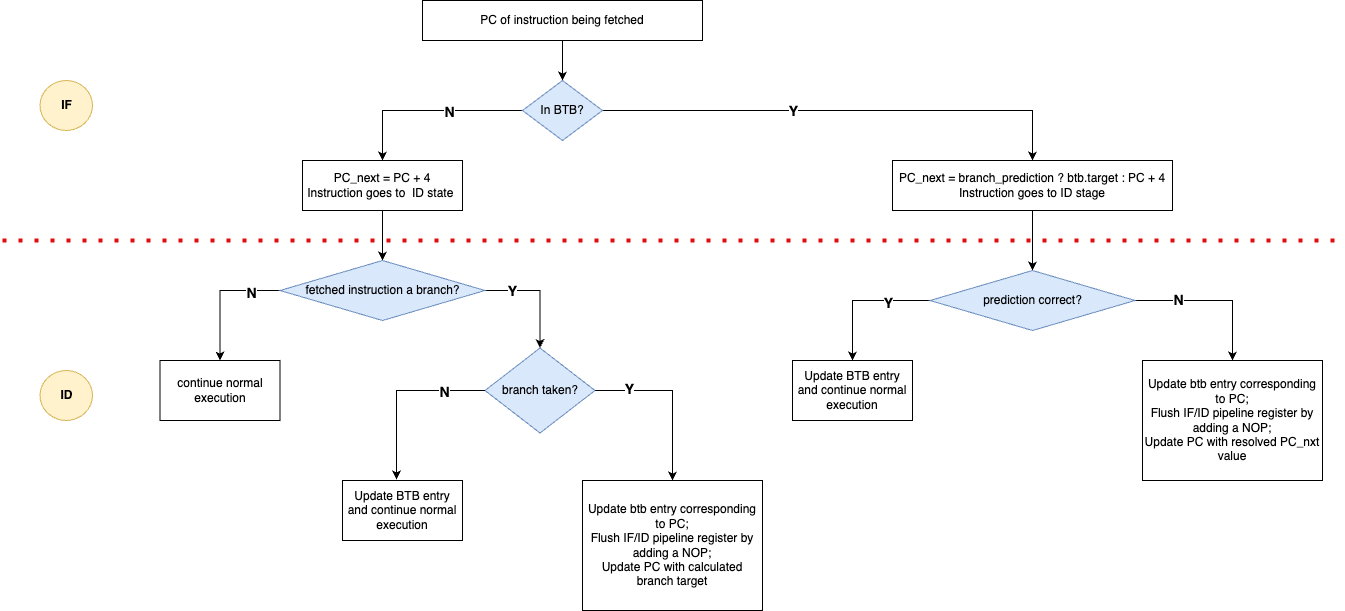
Above: btb_flow.png in vb-2002/RISC-V-Pipeline-Processor (draw.io), before the change. Source tidied: cells renumbered, new cells last; positions are measured from the earlier drawing's top-left corner, leaving out a move shared by most shapes. Source of this version:
```xml
<mxGraphModel>
  <root>
    <mxCell id="0" />
    <mxCell id="1" parent="0" />
    <mxCell id="2" style="edgeStyle=orthogonalEdgeStyle;rounded=0;jettySize=auto;html=1;entryX=0.5;entryY=0;entryDx=0;entryDy=0;" parent="1" edge="1" source="3" target="8">
      <mxGeometry relative="1" as="geometry" />
    </mxCell>
    <mxCell id="3" value="PC of instruction being fetched" style="rounded=0;whiteSpace=wrap;html=1;" parent="1" vertex="1">
      <mxGeometry x="420" width="280" height="40" as="geometry" />
    </mxCell>
    <mxCell id="4" style="edgeStyle=orthogonalEdgeStyle;rounded=0;jettySize=auto;html=1;exitX=0;exitY=0.5;exitDx=0;exitDy=0;entryX=0.5;entryY=0;entryDx=0;entryDy=0;" parent="1" edge="1" source="8" target="10">
      <mxGeometry relative="1" as="geometry" />
    </mxCell>
    <mxCell id="5" value="&lt;b&gt;&lt;font style=&quot;font-size: 14px;&quot;&gt;N&lt;/font&gt;&lt;/b&gt;" style="edgeLabel;html=1;align=center;verticalAlign=middle;" parent="4" vertex="1">
      <mxGeometry x="-0.22" y="1" relative="1" as="geometry" />
    </mxCell>
    <mxCell id="6" style="edgeStyle=orthogonalEdgeStyle;rounded=0;jettySize=auto;html=1;exitX=1;exitY=0.5;exitDx=0;exitDy=0;entryX=0.5;entryY=0;entryDx=0;entryDy=0;" parent="1" edge="1" source="8" target="12">
      <mxGeometry relative="1" as="geometry" />
    </mxCell>
    <mxCell id="7" value="&lt;font style=&quot;font-size: 14px;&quot;&gt;&lt;b&gt;Y&lt;/b&gt;&lt;/font&gt;" style="edgeLabel;html=1;align=center;verticalAlign=middle;" parent="6" vertex="1">
      <mxGeometry x="-0.18" y="2" relative="1" as="geometry">
        <mxPoint x="-7" y="2" as="offset" />
      </mxGeometry>
    </mxCell>
    <mxCell id="8" value="In BTB?" style="rhombus;whiteSpace=wrap;html=1;fillColor=#dae8fc;strokeColor=#6c8ebf;" parent="1" vertex="1">
      <mxGeometry x="520" y="80" width="80" height="60" as="geometry" />
    </mxCell>
    <mxCell id="9" style="edgeStyle=orthogonalEdgeStyle;rounded=0;jettySize=auto;html=1;" parent="1" edge="1" source="10" target="17">
      <mxGeometry relative="1" as="geometry" />
    </mxCell>
    <mxCell id="10" value="PC_next = PC + 4&lt;div&gt;Instruction goes to&amp;nbsp; ID state&amp;nbsp;&lt;/div&gt;" style="rounded=0;whiteSpace=wrap;html=1;" parent="1" vertex="1">
      <mxGeometry x="300" y="160" width="160" height="50" as="geometry" />
    </mxCell>
    <mxCell id="11" style="edgeStyle=orthogonalEdgeStyle;rounded=0;jettySize=auto;html=1;" parent="1" edge="1" source="12" target="22">
      <mxGeometry relative="1" as="geometry" />
    </mxCell>
    <mxCell id="12" value="PC_next = branch_prediction ? btb.target : PC + 4&lt;div&gt;Instruction goes to ID stage&lt;/div&gt;" style="rounded=0;whiteSpace=wrap;html=1;" parent="1" vertex="1">
      <mxGeometry x="890" y="160" width="280" height="50" as="geometry" />
    </mxCell>
    <mxCell id="13" style="edgeStyle=orthogonalEdgeStyle;rounded=0;jettySize=auto;html=1;exitX=1;exitY=0.5;exitDx=0;exitDy=0;entryX=0.5;entryY=0;entryDx=0;entryDy=0;" parent="1" edge="1" source="17" target="26">
      <mxGeometry relative="1" as="geometry" />
    </mxCell>
    <mxCell id="14" value="&lt;b&gt;&lt;font style=&quot;font-size: 14px;&quot;&gt;Y&lt;/font&gt;&lt;/b&gt;" style="edgeLabel;html=1;align=center;verticalAlign=middle;" parent="13" vertex="1">
      <mxGeometry x="-0.52" relative="1" as="geometry" />
    </mxCell>
    <mxCell id="15" style="edgeStyle=orthogonalEdgeStyle;rounded=0;jettySize=auto;html=1;exitX=0;exitY=0.5;exitDx=0;exitDy=0;" parent="1" edge="1" source="17" target="23">
      <mxGeometry relative="1" as="geometry" />
    </mxCell>
    <mxCell id="16" value="&lt;font style=&quot;font-size: 14px;&quot;&gt;&lt;b&gt;N&lt;/b&gt;&lt;/font&gt;" style="edgeLabel;html=1;align=center;verticalAlign=middle;" parent="15" vertex="1">
      <mxGeometry x="-0.54" y="2" relative="1" as="geometry">
        <mxPoint x="1" as="offset" />
      </mxGeometry>
    </mxCell>
    <mxCell id="17" value="fetched instruction a branch?" style="rhombus;whiteSpace=wrap;html=1;fillColor=#dae8fc;strokeColor=#6c8ebf;" parent="1" vertex="1">
      <mxGeometry x="277.5" y="260" width="205" height="60" as="geometry" />
    </mxCell>
    <mxCell id="18" style="edgeStyle=orthogonalEdgeStyle;rounded=0;jettySize=auto;html=1;exitX=0;exitY=0.5;exitDx=0;exitDy=0;entryX=0.5;entryY=0;entryDx=0;entryDy=0;" parent="1" edge="1" source="22" target="31">
      <mxGeometry relative="1" as="geometry" />
    </mxCell>
    <mxCell id="19" value="&lt;b&gt;&lt;font style=&quot;font-size: 14px;&quot;&gt;Y&lt;/font&gt;&lt;/b&gt;" style="edgeLabel;html=1;align=center;verticalAlign=middle;" parent="18" vertex="1">
      <mxGeometry x="-0.39" y="2" relative="1" as="geometry" />
    </mxCell>
    <mxCell id="20" style="edgeStyle=orthogonalEdgeStyle;rounded=0;jettySize=auto;html=1;exitX=1;exitY=0.5;exitDx=0;exitDy=0;entryX=0.5;entryY=0;entryDx=0;entryDy=0;" parent="1" edge="1" source="22" target="35">
      <mxGeometry relative="1" as="geometry" />
    </mxCell>
    <mxCell id="21" value="&lt;font style=&quot;font-size: 14px;&quot;&gt;&lt;b&gt;N&lt;/b&gt;&lt;/font&gt;" style="edgeLabel;html=1;align=center;verticalAlign=middle;" parent="20" vertex="1">
      <mxGeometry x="-0.45" y="1" relative="1" as="geometry" />
    </mxCell>
    <mxCell id="22" value="prediction correct?" style="rhombus;whiteSpace=wrap;html=1;fillColor=#dae8fc;strokeColor=#6c8ebf;" parent="1" vertex="1">
      <mxGeometry x="927.5" y="270" width="205" height="60" as="geometry" />
    </mxCell>
    <mxCell id="23" value="continue normal execution" style="rounded=0;whiteSpace=wrap;html=1;" parent="1" vertex="1">
      <mxGeometry x="157.5" y="360" width="120" height="60" as="geometry" />
    </mxCell>
    <mxCell id="24" style="edgeStyle=orthogonalEdgeStyle;rounded=0;jettySize=auto;html=1;exitX=1;exitY=0.5;exitDx=0;exitDy=0;entryX=0.5;entryY=0;entryDx=0;entryDy=0;" parent="1" edge="1" source="26" target="28">
      <mxGeometry relative="1" as="geometry" />
    </mxCell>
    <mxCell id="25" value="&lt;b&gt;&lt;font style=&quot;font-size: 14px;&quot;&gt;Y&lt;/font&gt;&lt;/b&gt;" style="edgeLabel;html=1;align=center;verticalAlign=middle;" parent="24" vertex="1">
      <mxGeometry x="-0.6" y="2" relative="1" as="geometry" />
    </mxCell>
    <mxCell id="26" value="branch taken?" style="rhombus;whiteSpace=wrap;html=1;fillColor=#dae8fc;strokeColor=#6c8ebf;" parent="1" vertex="1">
      <mxGeometry x="482.5" y="347.5" width="110" height="85" as="geometry" />
    </mxCell>
    <mxCell id="27" value="&lt;div&gt;Update BTB entry and&amp;nbsp;&lt;span style=&quot;background-color: transparent; color: light-dark(rgb(0, 0, 0), rgb(255, 255, 255));&quot;&gt;continue normal execution&lt;/span&gt;&lt;/div&gt;" style="rounded=0;whiteSpace=wrap;html=1;" parent="1" vertex="1">
      <mxGeometry x="340" y="480" width="120" height="60" as="geometry" />
    </mxCell>
    <mxCell id="28" value="&lt;div&gt;Update btb entry corresponding to PC;&lt;/div&gt;&lt;div&gt;Flush IF/ID pipeline register by adding a NOP;&lt;/div&gt;&lt;div&gt;Update PC with calculated branch target&lt;/div&gt;" style="rounded=0;whiteSpace=wrap;html=1;" parent="1" vertex="1">
      <mxGeometry x="580" y="480" width="180" height="130" as="geometry" />
    </mxCell>
    <mxCell id="29" style="edgeStyle=orthogonalEdgeStyle;rounded=0;jettySize=auto;html=1;exitX=0;exitY=0.5;exitDx=0;exitDy=0;entryX=0.45;entryY=-0.017;entryDx=0;entryDy=0;entryPerimeter=0;" parent="1" edge="1" source="26" target="27">
      <mxGeometry relative="1" as="geometry" />
    </mxCell>
    <mxCell id="30" value="&lt;b&gt;&lt;font style=&quot;font-size: 14px;&quot;&gt;N&lt;/font&gt;&lt;/b&gt;" style="edgeLabel;html=1;align=center;verticalAlign=middle;" parent="29" vertex="1">
      <mxGeometry x="-0.53" y="1" relative="1" as="geometry">
        <mxPoint x="1" as="offset" />
      </mxGeometry>
    </mxCell>
    <mxCell id="31" value="Update BTB entry and&amp;nbsp;&lt;span style=&quot;color: light-dark(rgb(0, 0, 0), rgb(255, 255, 255)); background-color: transparent;&quot;&gt;continue normal execution&lt;/span&gt;" style="rounded=0;whiteSpace=wrap;html=1;" parent="1" vertex="1">
      <mxGeometry x="790" y="360" width="120" height="60" as="geometry" />
    </mxCell>
    <mxCell id="32" style="endArrow=none;dashed=1;html=1;dashPattern=1 3;strokeWidth=4;rounded=0;strokeColor=light-dark(#e00b0b, #ededed);" parent="1" edge="1">
      <mxGeometry relative="1" as="geometry">
        <mxPoint y="240" as="sourcePoint" />
        <mxPoint x="1340" y="240" as="targetPoint" />
      </mxGeometry>
    </mxCell>
    <mxCell id="33" value="&lt;b&gt;IF&lt;/b&gt;" style="ellipse;whiteSpace=wrap;html=1;fillColor=#fff2cc;strokeColor=#d6b656;" parent="1" vertex="1">
      <mxGeometry x="37.5" y="80" width="52.5" height="50" as="geometry" />
    </mxCell>
    <mxCell id="34" value="&lt;b&gt;ID&lt;/b&gt;" style="ellipse;whiteSpace=wrap;html=1;fillColor=#fff2cc;strokeColor=#d6b656;" parent="1" vertex="1">
      <mxGeometry x="37.5" y="370" width="52.5" height="50" as="geometry" />
    </mxCell>
    <mxCell id="35" value="&lt;div&gt;Update btb entry corresponding to PC;&lt;/div&gt;&lt;div&gt;Flush IF/ID pipeline register by adding a NOP;&lt;/div&gt;&lt;div&gt;Update PC&amp;nbsp;&lt;span style=&quot;background-color: transparent; color: light-dark(rgb(0, 0, 0), rgb(255, 255, 255));&quot;&gt;with resolved PC_nxt value&lt;/span&gt;&lt;/div&gt;" style="rounded=0;whiteSpace=wrap;html=1;" parent="1" vertex="1">
      <mxGeometry x="1140" y="360" width="180" height="120" as="geometry" />
    </mxCell>
  </root>
</mxGraphModel>
```
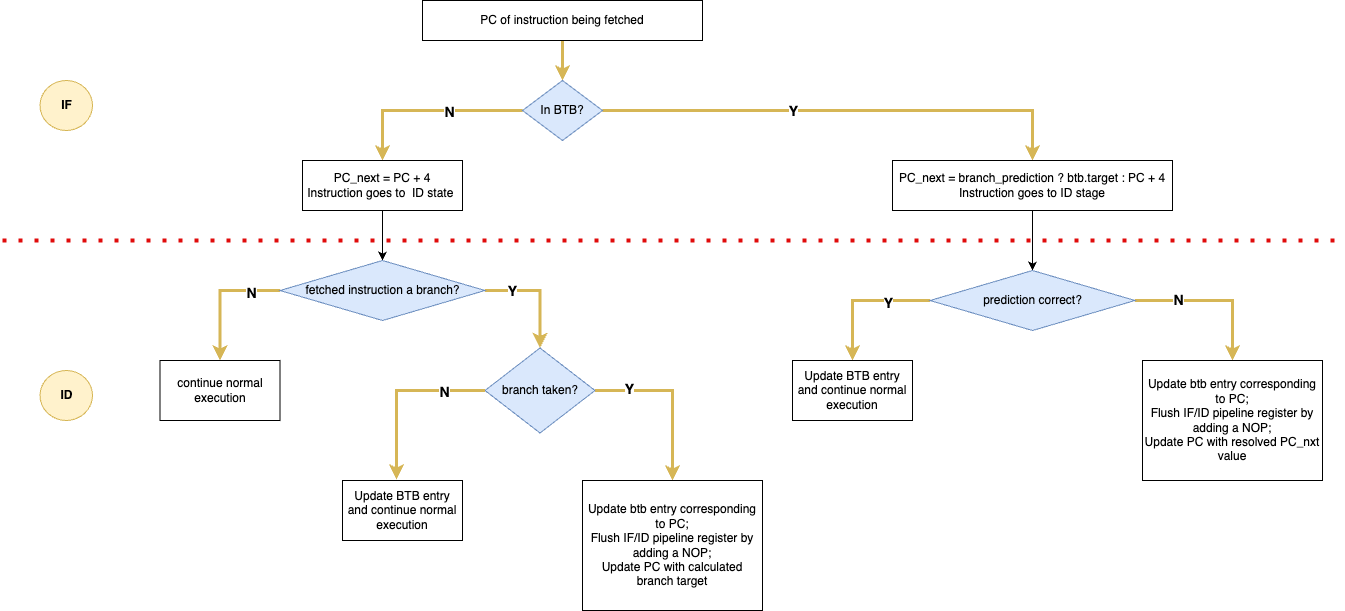
Above is the later version.

Diff of the diagram source:
```diff
@@ -2,19 +2,19 @@
   <root>
     <mxCell id="0" />
     <mxCell id="1" parent="0" />
-    <mxCell id="2" style="edgeStyle=orthogonalEdgeStyle;rounded=0;jettySize=auto;html=1;entryX=0.5;entryY=0;entryDx=0;entryDy=0;" parent="1" edge="1" source="3" target="8">
+    <mxCell id="2" style="edgeStyle=orthogonalEdgeStyle;rounded=0;jettySize=auto;html=1;entryX=0.5;entryY=0;entryDx=0;entryDy=0;fillColor=#fff2cc;strokeColor=#d6b656;strokeWidth=3;" parent="1" edge="1" source="3" target="8">
       <mxGeometry relative="1" as="geometry" />
     </mxCell>
     <mxCell id="3" value="PC of instruction being fetched" style="rounded=0;whiteSpace=wrap;html=1;" parent="1" vertex="1">
       <mxGeometry x="420" width="280" height="40" as="geometry" />
     </mxCell>
-    <mxCell id="4" style="edgeStyle=orthogonalEdgeStyle;rounded=0;jettySize=auto;html=1;exitX=0;exitY=0.5;exitDx=0;exitDy=0;entryX=0.5;entryY=0;entryDx=0;entryDy=0;" parent="1" edge="1" source="8" target="10">
+    <mxCell id="4" style="edgeStyle=orthogonalEdgeStyle;rounded=0;jettySize=auto;html=1;exitX=0;exitY=0.5;exitDx=0;exitDy=0;entryX=0.5;entryY=0;entryDx=0;entryDy=0;fillColor=#fff2cc;strokeColor=#d6b656;strokeWidth=3;" parent="1" edge="1" source="8" target="10">
       <mxGeometry relative="1" as="geometry" />
     </mxCell>
     <mxCell id="5" value="&lt;b&gt;&lt;font style=&quot;font-size: 14px;&quot;&gt;N&lt;/font&gt;&lt;/b&gt;" style="edgeLabel;html=1;align=center;verticalAlign=middle;" parent="4" vertex="1">
       <mxGeometry x="-0.22" y="1" relative="1" as="geometry" />
     </mxCell>
-    <mxCell id="6" style="edgeStyle=orthogonalEdgeStyle;rounded=0;jettySize=auto;html=1;exitX=1;exitY=0.5;exitDx=0;exitDy=0;entryX=0.5;entryY=0;entryDx=0;entryDy=0;" parent="1" edge="1" source="8" target="12">
+    <mxCell id="6" style="edgeStyle=orthogonalEdgeStyle;rounded=0;jettySize=auto;html=1;exitX=1;exitY=0.5;exitDx=0;exitDy=0;entryX=0.5;entryY=0;entryDx=0;entryDy=0;fillColor=#fff2cc;strokeColor=#d6b656;strokeWidth=3;" parent="1" edge="1" source="8" target="12">
       <mxGeometry relative="1" as="geometry" />
     </mxCell>
     <mxCell id="7" value="&lt;font style=&quot;font-size: 14px;&quot;&gt;&lt;b&gt;Y&lt;/b&gt;&lt;/font&gt;" style="edgeLabel;html=1;align=center;verticalAlign=middle;" parent="6" vertex="1">
@@ -37,13 +37,13 @@
     <mxCell id="12" value="PC_next = branch_prediction ? btb.target : PC + 4&lt;div&gt;Instruction goes to ID stage&lt;/div&gt;" style="rounded=0;whiteSpace=wrap;html=1;" parent="1" vertex="1">
       <mxGeometry x="890" y="160" width="280" height="50" as="geometry" />
     </mxCell>
-    <mxCell id="13" style="edgeStyle=orthogonalEdgeStyle;rounded=0;jettySize=auto;html=1;exitX=1;exitY=0.5;exitDx=0;exitDy=0;entryX=0.5;entryY=0;entryDx=0;entryDy=0;" parent="1" edge="1" source="17" target="26">
+    <mxCell id="13" style="edgeStyle=orthogonalEdgeStyle;rounded=0;jettySize=auto;html=1;exitX=1;exitY=0.5;exitDx=0;exitDy=0;entryX=0.5;entryY=0;entryDx=0;entryDy=0;fillColor=#fff2cc;strokeColor=#d6b656;strokeWidth=3;" parent="1" edge="1" source="17" target="26">
       <mxGeometry relative="1" as="geometry" />
     </mxCell>
     <mxCell id="14" value="&lt;b&gt;&lt;font style=&quot;font-size: 14px;&quot;&gt;Y&lt;/font&gt;&lt;/b&gt;" style="edgeLabel;html=1;align=center;verticalAlign=middle;" parent="13" vertex="1">
       <mxGeometry x="-0.52" relative="1" as="geometry" />
     </mxCell>
-    <mxCell id="15" style="edgeStyle=orthogonalEdgeStyle;rounded=0;jettySize=auto;html=1;exitX=0;exitY=0.5;exitDx=0;exitDy=0;" parent="1" edge="1" source="17" target="23">
+    <mxCell id="15" style="edgeStyle=orthogonalEdgeStyle;rounded=0;jettySize=auto;html=1;exitX=0;exitY=0.5;exitDx=0;exitDy=0;fillColor=#fff2cc;strokeColor=#d6b656;strokeWidth=3;" parent="1" edge="1" source="17" target="23">
       <mxGeometry relative="1" as="geometry" />
     </mxCell>
     <mxCell id="16" value="&lt;font style=&quot;font-size: 14px;&quot;&gt;&lt;b&gt;N&lt;/b&gt;&lt;/font&gt;" style="edgeLabel;html=1;align=center;verticalAlign=middle;" parent="15" vertex="1">
@@ -54,13 +54,13 @@
     <mxCell id="17" value="fetched instruction a branch?" style="rhombus;whiteSpace=wrap;html=1;fillColor=#dae8fc;strokeColor=#6c8ebf;" parent="1" vertex="1">
       <mxGeometry x="277.5" y="260" width="205" height="60" as="geometry" />
     </mxCell>
-    <mxCell id="18" style="edgeStyle=orthogonalEdgeStyle;rounded=0;jettySize=auto;html=1;exitX=0;exitY=0.5;exitDx=0;exitDy=0;entryX=0.5;entryY=0;entryDx=0;entryDy=0;" parent="1" edge="1" source="22" target="31">
+    <mxCell id="18" style="edgeStyle=orthogonalEdgeStyle;rounded=0;jettySize=auto;html=1;exitX=0;exitY=0.5;exitDx=0;exitDy=0;entryX=0.5;entryY=0;entryDx=0;entryDy=0;strokeWidth=3;fillColor=#fff2cc;strokeColor=#d6b656;" parent="1" edge="1" source="22" target="31">
       <mxGeometry relative="1" as="geometry" />
     </mxCell>
     <mxCell id="19" value="&lt;b&gt;&lt;font style=&quot;font-size: 14px;&quot;&gt;Y&lt;/font&gt;&lt;/b&gt;" style="edgeLabel;html=1;align=center;verticalAlign=middle;" parent="18" vertex="1">
       <mxGeometry x="-0.39" y="2" relative="1" as="geometry" />
     </mxCell>
-    <mxCell id="20" style="edgeStyle=orthogonalEdgeStyle;rounded=0;jettySize=auto;html=1;exitX=1;exitY=0.5;exitDx=0;exitDy=0;entryX=0.5;entryY=0;entryDx=0;entryDy=0;" parent="1" edge="1" source="22" target="35">
+    <mxCell id="20" style="edgeStyle=orthogonalEdgeStyle;rounded=0;jettySize=auto;html=1;exitX=1;exitY=0.5;exitDx=0;exitDy=0;entryX=0.5;entryY=0;entryDx=0;entryDy=0;strokeWidth=3;fillColor=#fff2cc;strokeColor=#d6b656;" parent="1" edge="1" source="22" target="35">
       <mxGeometry relative="1" as="geometry" />
     </mxCell>
     <mxCell id="21" value="&lt;font style=&quot;font-size: 14px;&quot;&gt;&lt;b&gt;N&lt;/b&gt;&lt;/font&gt;" style="edgeLabel;html=1;align=center;verticalAlign=middle;" parent="20" vertex="1">
@@ -72,7 +72,7 @@
     <mxCell id="23" value="continue normal execution" style="rounded=0;whiteSpace=wrap;html=1;" parent="1" vertex="1">
       <mxGeometry x="157.5" y="360" width="120" height="60" as="geometry" />
     </mxCell>
-    <mxCell id="24" style="edgeStyle=orthogonalEdgeStyle;rounded=0;jettySize=auto;html=1;exitX=1;exitY=0.5;exitDx=0;exitDy=0;entryX=0.5;entryY=0;entryDx=0;entryDy=0;" parent="1" edge="1" source="26" target="28">
+    <mxCell id="24" style="edgeStyle=orthogonalEdgeStyle;rounded=0;jettySize=auto;html=1;exitX=1;exitY=0.5;exitDx=0;exitDy=0;entryX=0.5;entryY=0;entryDx=0;entryDy=0;fillColor=#fff2cc;strokeColor=#d6b656;strokeWidth=3;" parent="1" edge="1" source="26" target="28">
       <mxGeometry relative="1" as="geometry" />
     </mxCell>
     <mxCell id="25" value="&lt;b&gt;&lt;font style=&quot;font-size: 14px;&quot;&gt;Y&lt;/font&gt;&lt;/b&gt;" style="edgeLabel;html=1;align=center;verticalAlign=middle;" parent="24" vertex="1">
@@ -87,7 +87,7 @@
     <mxCell id="28" value="&lt;div&gt;Update btb entry corresponding to PC;&lt;/div&gt;&lt;div&gt;Flush IF/ID pipeline register by adding a NOP;&lt;/div&gt;&lt;div&gt;Update PC with calculated branch target&lt;/div&gt;" style="rounded=0;whiteSpace=wrap;html=1;" parent="1" vertex="1">
       <mxGeometry x="580" y="480" width="180" height="130" as="geometry" />
     </mxCell>
-    <mxCell id="29" style="edgeStyle=orthogonalEdgeStyle;rounded=0;jettySize=auto;html=1;exitX=0;exitY=0.5;exitDx=0;exitDy=0;entryX=0.45;entryY=-0.017;entryDx=0;entryDy=0;entryPerimeter=0;" parent="1" edge="1" source="26" target="27">
+    <mxCell id="29" style="edgeStyle=orthogonalEdgeStyle;rounded=0;jettySize=auto;html=1;exitX=0;exitY=0.5;exitDx=0;exitDy=0;entryX=0.45;entryY=-0.017;entryDx=0;entryDy=0;entryPerimeter=0;fillColor=#fff2cc;strokeColor=#d6b656;strokeWidth=3;" parent="1" edge="1" source="26" target="27">
       <mxGeometry relative="1" as="geometry" />
     </mxCell>
     <mxCell id="30" value="&lt;b&gt;&lt;font style=&quot;font-size: 14px;&quot;&gt;N&lt;/font&gt;&lt;/b&gt;" style="edgeLabel;html=1;align=center;verticalAlign=middle;" parent="29" vertex="1">
```
